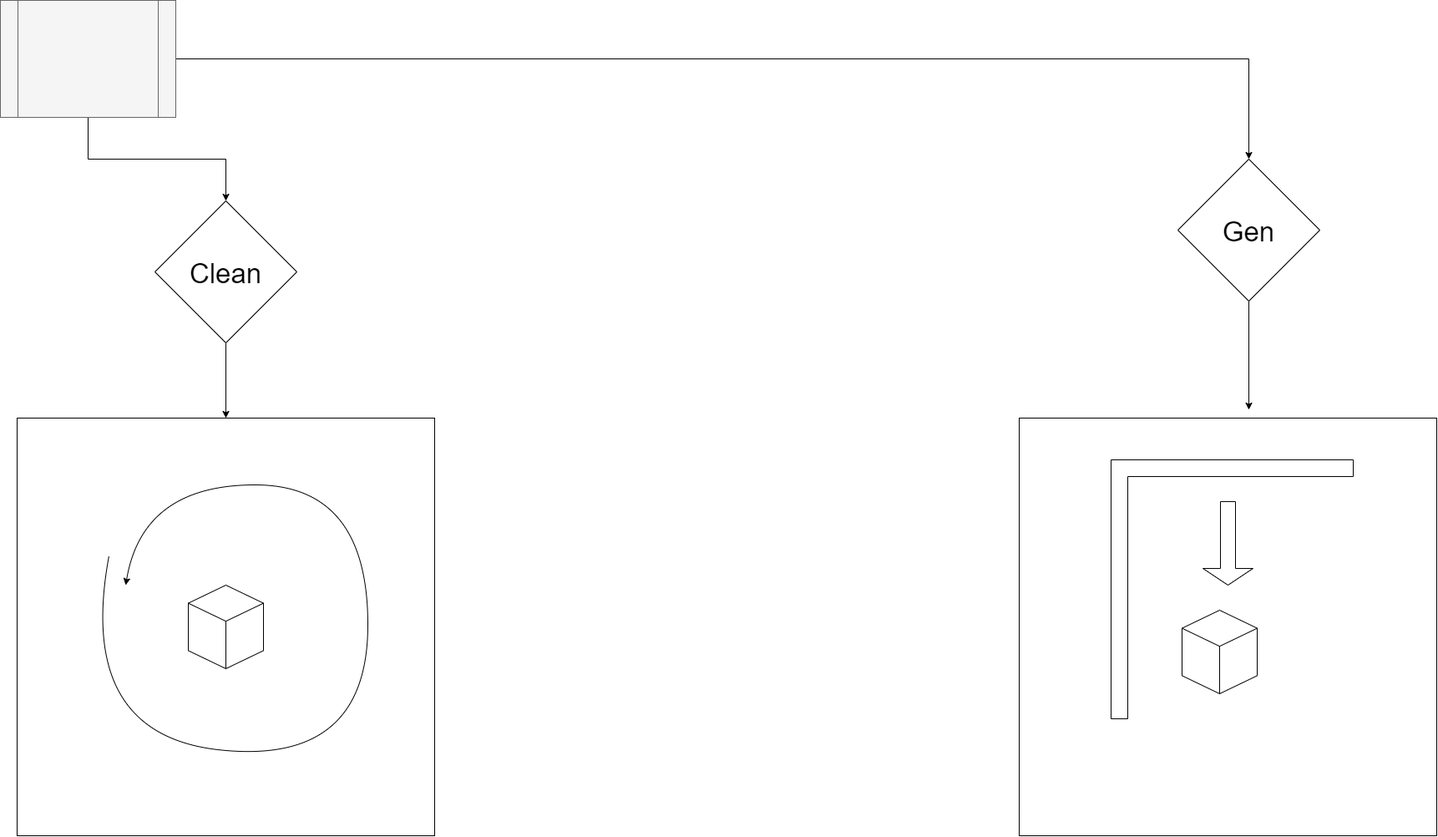
NonUKry/KoruRoads keeps this draw.io diagram as Roads.png. Above is the earlier version. Source tidied: cells renumbered, new cells last; positions are measured from the earlier drawing's top-left corner, leaving out a move shared by most shapes.
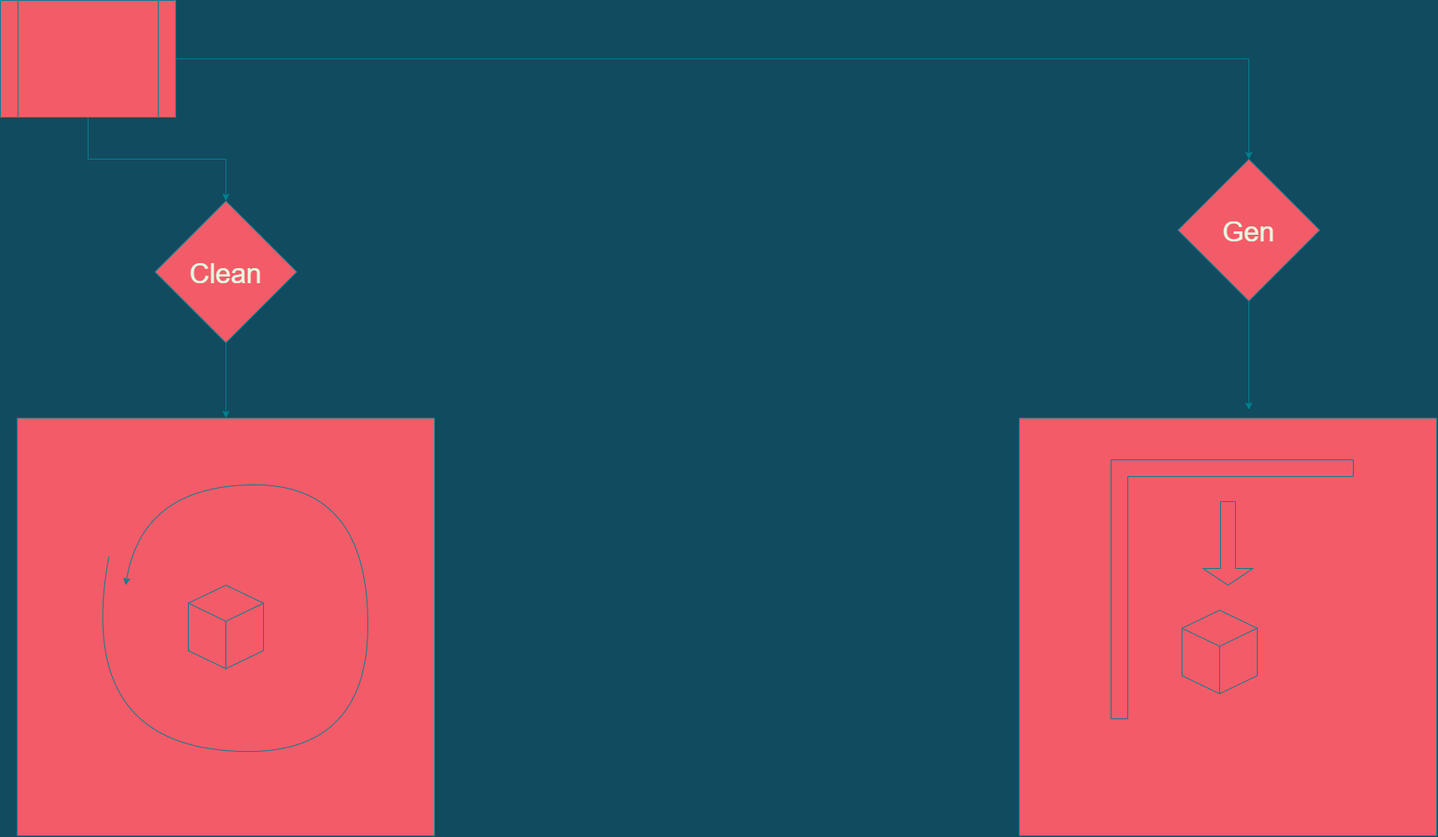
After the change.

Diff of the diagram source:
```diff
@@ -1,46 +1,46 @@
-<mxGraphModel>
+<mxGraphModel background="#114B5F">
   <root>
     <mxCell id="0" style="html=1;" />
     <mxCell id="1" style="html=1;" parent="0" />
-    <mxCell id="2" style="edgeStyle=orthogonalEdgeStyle;rounded=0;jettySize=auto;html=1;entryX=0.5;entryY=0;entryDx=0;entryDy=0;" parent="1" edge="1" source="4" target="8">
+    <mxCell id="2" style="edgeStyle=orthogonalEdgeStyle;rounded=0;jettySize=auto;html=1;entryX=0.5;entryY=0;entryDx=0;entryDy=0;labelBackgroundColor=#114B5F;strokeColor=#028090;fontColor=#E4FDE1;" parent="1" edge="1" source="4" target="8">
       <mxGeometry relative="1" as="geometry" />
     </mxCell>
-    <mxCell id="3" style="edgeStyle=orthogonalEdgeStyle;rounded=0;jettySize=auto;html=1;entryX=0.5;entryY=0;entryDx=0;entryDy=0;" parent="1" edge="1" source="4" target="6">
+    <mxCell id="3" style="edgeStyle=orthogonalEdgeStyle;rounded=0;jettySize=auto;html=1;entryX=0.5;entryY=0;entryDx=0;entryDy=0;labelBackgroundColor=#114B5F;strokeColor=#028090;fontColor=#E4FDE1;" parent="1" edge="1" source="4" target="6">
       <mxGeometry relative="1" as="geometry" />
     </mxCell>
-    <mxCell id="4" style="shape=process;whiteSpace=wrap;html=1;backgroundOutline=1;fillColor=#f5f5f5;strokeColor=#666666;fontColor=#333333;" parent="1" vertex="1">
+    <mxCell id="4" style="shape=process;whiteSpace=wrap;html=1;backgroundOutline=1;fillColor=#F45B69;strokeColor=#028090;fontColor=#E4FDE1;" parent="1" vertex="1">
       <mxGeometry width="210" height="140" as="geometry" />
     </mxCell>
-    <mxCell id="5" style="edgeStyle=orthogonalEdgeStyle;rounded=0;jettySize=auto;html=1;fontSize=33;" parent="1" edge="1" source="6" target="11">
+    <mxCell id="5" style="edgeStyle=orthogonalEdgeStyle;rounded=0;jettySize=auto;html=1;fontSize=33;labelBackgroundColor=#114B5F;strokeColor=#028090;fontColor=#E4FDE1;" parent="1" edge="1" source="6" target="11">
       <mxGeometry relative="1" as="geometry" />
     </mxCell>
-    <mxCell id="6" style="rhombus;whiteSpace=wrap;html=1;" parent="1" vertex="1">
+    <mxCell id="6" style="rhombus;whiteSpace=wrap;html=1;fillColor=#F45B69;strokeColor=#028090;fontColor=#E4FDE1;" parent="1" vertex="1">
       <mxGeometry x="185" y="240" width="170" height="170" as="geometry" />
     </mxCell>
-    <mxCell id="7" style="edgeStyle=orthogonalEdgeStyle;rounded=0;jettySize=auto;html=1;fontSize=33;" parent="1" edge="1" source="8">
+    <mxCell id="7" style="edgeStyle=orthogonalEdgeStyle;rounded=0;jettySize=auto;html=1;fontSize=33;labelBackgroundColor=#114B5F;strokeColor=#028090;fontColor=#E4FDE1;" parent="1" edge="1" source="8">
       <mxGeometry relative="1" as="geometry">
         <mxPoint x="1495" y="490" as="targetPoint" />
       </mxGeometry>
     </mxCell>
-    <mxCell id="8" style="rhombus;whiteSpace=wrap;html=1;" parent="1" vertex="1">
+    <mxCell id="8" style="rhombus;whiteSpace=wrap;html=1;fillColor=#F45B69;strokeColor=#028090;fontColor=#E4FDE1;" parent="1" vertex="1">
       <mxGeometry x="1410" y="190" width="170" height="170" as="geometry" />
     </mxCell>
-    <mxCell id="9" value="Clean" style="text;html=1;strokeColor=none;fillColor=none;align=center;verticalAlign=middle;whiteSpace=wrap;rounded=0;spacing=29;spacingTop=3;fontSize=33;" parent="1" vertex="1">
+    <mxCell id="9" value="Clean" style="text;html=1;strokeColor=none;fillColor=none;align=center;verticalAlign=middle;whiteSpace=wrap;rounded=0;spacing=29;spacingTop=3;fontSize=33;fontColor=#E4FDE1;" parent="1" vertex="1">
       <mxGeometry x="205" y="220" width="130" height="210" as="geometry" />
     </mxCell>
-    <mxCell id="10" value="Gen&lt;br&gt;" style="text;html=1;strokeColor=none;fillColor=none;align=center;verticalAlign=middle;whiteSpace=wrap;rounded=0;spacing=29;spacingTop=3;fontSize=33;" parent="1" vertex="1">
+    <mxCell id="10" value="Gen&lt;br&gt;" style="text;html=1;strokeColor=none;fillColor=none;align=center;verticalAlign=middle;whiteSpace=wrap;rounded=0;spacing=29;spacingTop=3;fontSize=33;fontColor=#E4FDE1;" parent="1" vertex="1">
       <mxGeometry x="1430" y="170" width="130" height="210" as="geometry" />
     </mxCell>
-    <mxCell id="11" style="whiteSpace=wrap;html=1;fontSize=33;" parent="1" vertex="1">
+    <mxCell id="11" style="whiteSpace=wrap;html=1;fontSize=33;fillColor=#F45B69;strokeColor=#028090;fontColor=#E4FDE1;" parent="1" vertex="1">
       <mxGeometry x="20" y="500" width="500" height="500" as="geometry" />
     </mxCell>
-    <mxCell id="12" style="whiteSpace=wrap;html=1;fontSize=33;" parent="1" vertex="1">
+    <mxCell id="12" style="whiteSpace=wrap;html=1;fontSize=33;fillColor=#F45B69;strokeColor=#028090;fontColor=#E4FDE1;" parent="1" vertex="1">
       <mxGeometry x="1220" y="500" width="500" height="500" as="geometry" />
     </mxCell>
-    <mxCell id="13" style="html=1;whiteSpace=wrap;shape=isoCube2;backgroundOutline=1;isoAngle=15;fontSize=33;" parent="1" vertex="1">
+    <mxCell id="13" style="html=1;whiteSpace=wrap;shape=isoCube2;backgroundOutline=1;isoAngle=15;fontSize=33;fillColor=#F45B69;strokeColor=#028090;fontColor=#E4FDE1;" parent="1" vertex="1">
       <mxGeometry x="225" y="700" width="90" height="100" as="geometry" />
     </mxCell>
-    <mxCell id="14" style="curved=1;endArrow=classic;html=1;fontSize=33;" parent="1" edge="1">
+    <mxCell id="14" style="curved=1;endArrow=classic;html=1;fontSize=33;labelBackgroundColor=#114B5F;strokeColor=#028090;fontColor=#E4FDE1;" parent="1" edge="1">
       <mxGeometry relative="1" as="geometry">
         <mxPoint x="130" y="665" as="sourcePoint" />
         <mxPoint x="150" y="700" as="targetPoint" />
@@ -52,13 +52,13 @@
         </Array>
       </mxGeometry>
     </mxCell>
-    <mxCell id="15" style="html=1;whiteSpace=wrap;shape=isoCube2;backgroundOutline=1;isoAngle=15;fontSize=33;direction=east;" parent="1" vertex="1">
+    <mxCell id="15" style="html=1;whiteSpace=wrap;shape=isoCube2;backgroundOutline=1;isoAngle=15;fontSize=33;direction=east;fillColor=#F45B69;strokeColor=#028090;fontColor=#E4FDE1;" parent="1" vertex="1">
       <mxGeometry x="1415" y="730" width="90" height="100" as="geometry" />
     </mxCell>
-    <mxCell id="16" style="shape=singleArrow;direction=south;whiteSpace=wrap;html=1;fontSize=33;" parent="1" vertex="1">
+    <mxCell id="16" style="shape=singleArrow;direction=south;whiteSpace=wrap;html=1;fontSize=33;fillColor=#F45B69;strokeColor=#028090;fontColor=#E4FDE1;" parent="1" vertex="1">
       <mxGeometry x="1440" y="600" width="60" height="100" as="geometry" />
     </mxCell>
-    <mxCell id="17" style="shape=corner;whiteSpace=wrap;html=1;fontSize=33;" parent="1" vertex="1">
+    <mxCell id="17" style="shape=corner;whiteSpace=wrap;html=1;fontSize=33;fillColor=#F45B69;strokeColor=#028090;fontColor=#E4FDE1;" parent="1" vertex="1">
       <mxGeometry x="1330" y="550" width="290" height="310" as="geometry" />
     </mxCell>
   </root>
```
